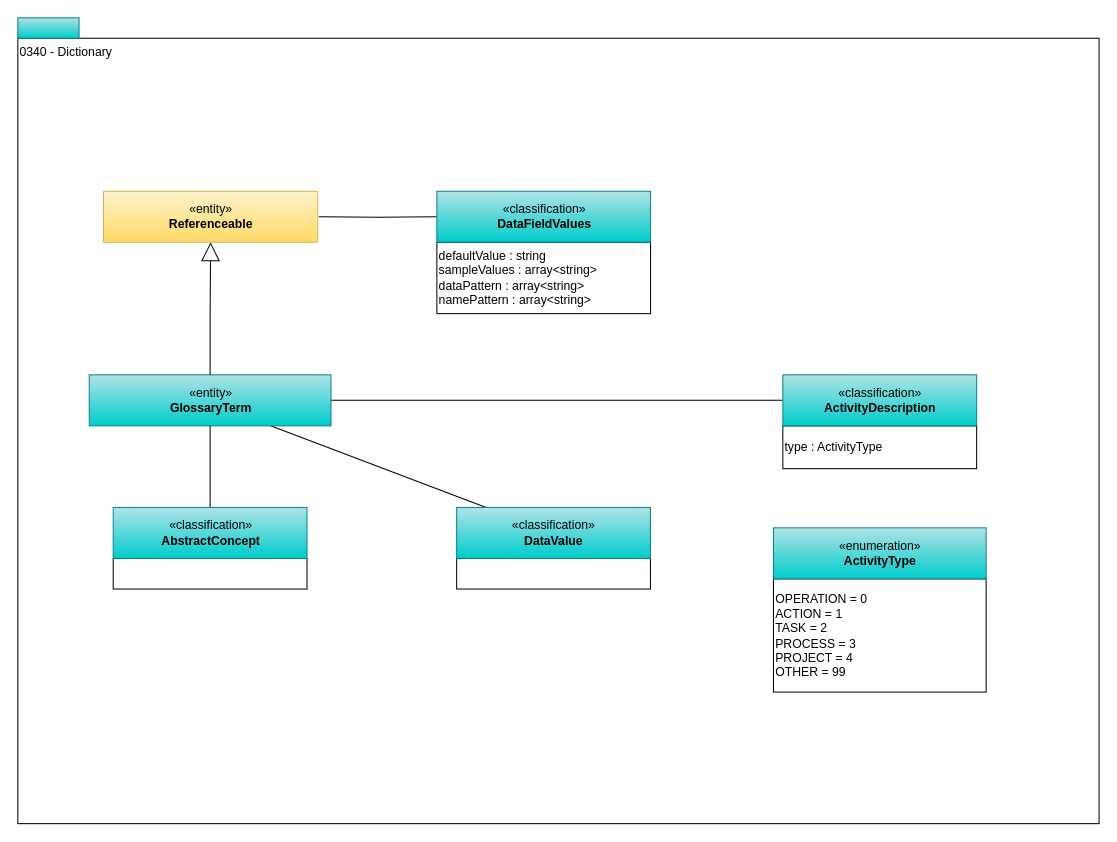
The draw.io diagram page "0340-Dictionary" (6 of 14) of site/docs/types/3/area-3-glossary.drawio in odpi/egeria-docs, before the edit. Source tidied: cells renumbered, new cells numbered last; positions are measured from the earlier drawing's top-left corner, leaving out a move shared by most shapes. Both pictures are drawn from the tidied source at 102%, with x=0, y=0 at pixel (17, 17).
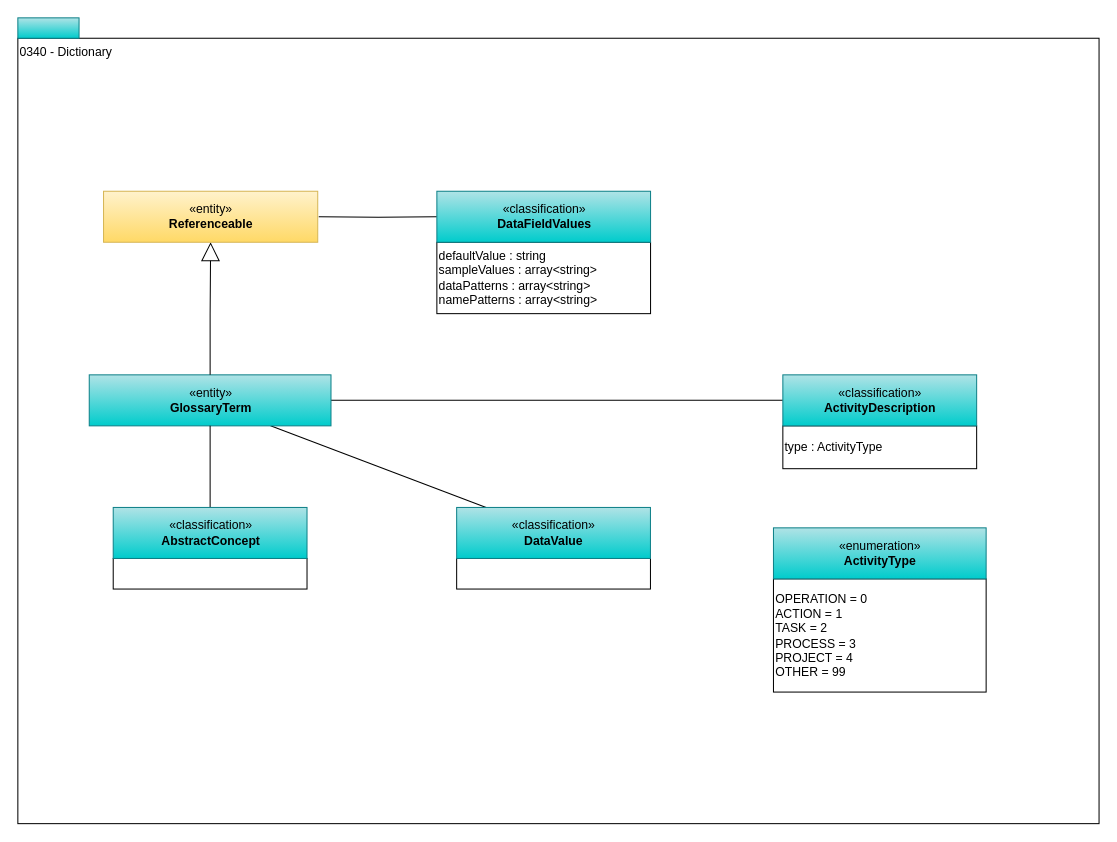
The same page after the edit.

Change to the diagram source:
```diff
@@
-    <mxCell id="19" value="defaultValue : string&lt;br&gt;sampleValues : array&amp;lt;string&amp;gt;&lt;br&gt;dataPattern : array&amp;lt;string&amp;gt;&lt;br&gt;namePattern : array&amp;lt;string&amp;gt;" style="rounded=0;whiteSpace=wrap;html=1;strokeColor=#000000;gradientColor=#ffffff;align=left;" parent="1" vertex="1">
+    <mxCell id="19" value="defaultValue : string&lt;br&gt;sampleValues : array&amp;lt;string&amp;gt;&lt;br&gt;dataPatterns : array&amp;lt;string&amp;gt;&lt;br&gt;namePatterns : array&amp;lt;string&amp;gt;" style="rounded=0;whiteSpace=wrap;html=1;strokeColor=#000000;gradientColor=#ffffff;align=left;" parent="1" vertex="1">
       <mxGeometry x="410.8" y="220" width="209.5" height="70" as="geometry" />
     </mxCell>
```
